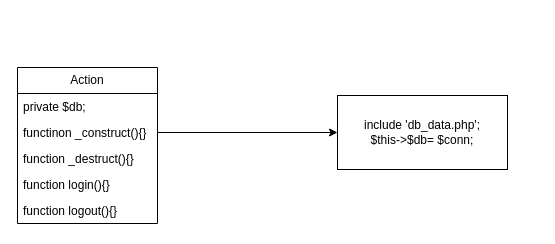
Before: ducuments/UML PAYROLL SYS.drawio in ManCoders/puericulture-man, a draw.io diagram. Source tidied: cells renumbered, new cells numbered last; positions are measured from the earlier drawing's top-left corner, leaving out a move shared by most shapes. Both pictures are drawn from the tidied source at 100%, with x=0, y=0 at pixel (17, 67).
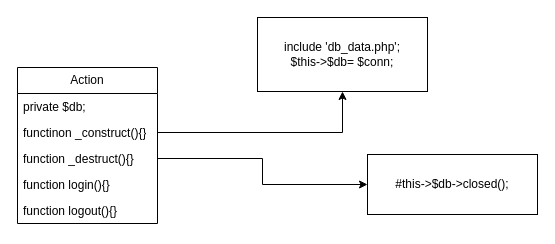
The same page after the edit.

The edit, as a diff of the source:
```diff
@@
 <mxGraphModel>
   <root>
     <mxCell id="0" />
     <mxCell id="1" parent="0" />
     <mxCell id="2" value="Action" style="swimlane;fontStyle=0;horizontal=1;startSize=26;fillColor=none;whiteSpace=wrap;html=1;" parent="1" vertex="1">
       <mxGeometry width="140" height="156" as="geometry" />
     </mxCell>
     <mxCell id="3" value="private $db;" style="text;strokeColor=none;fillColor=none;align=left;verticalAlign=top;spacingLeft=4;spacingRight=4;overflow=hidden;whiteSpace=wrap;html=1;" parent="2" vertex="1">
       <mxGeometry y="26" width="140" height="26" as="geometry" />
     </mxCell>
     <mxCell id="4" value="functinon _construct(){}" style="text;strokeColor=none;fillColor=none;align=left;verticalAlign=top;spacingLeft=4;spacingRight=4;overflow=hidden;points=[[0,0.5],[1,0.5]];portConstraint=eastwest;whiteSpace=wrap;html=1;" parent="2" vertex="1">
       <mxGeometry y="52" width="140" height="26" as="geometry" />
     </mxCell>
     <mxCell id="5" value="function _destruct(){}" style="text;strokeColor=none;fillColor=none;align=left;verticalAlign=top;spacingLeft=4;spacingRight=4;overflow=hidden;points=[[0,0.5],[1,0.5]];portConstraint=eastwest;whiteSpace=wrap;html=1;" parent="2" vertex="1">
       <mxGeometry y="78" width="140" height="26" as="geometry" />
     </mxCell>
     <mxCell id="6" value="function login(){}" style="text;strokeColor=none;fillColor=none;align=left;verticalAlign=top;spacingLeft=4;spacingRight=4;overflow=hidden;whiteSpace=wrap;html=1;" parent="2" vertex="1">
       <mxGeometry y="104" width="140" height="26" as="geometry" />
     </mxCell>
     <mxCell id="7" value="function logout(){}" style="text;strokeColor=none;fillColor=none;align=left;verticalAlign=top;spacingLeft=4;spacingRight=4;overflow=hidden;whiteSpace=wrap;html=1;" parent="2" vertex="1">
       <mxGeometry y="130" width="140" height="26" as="geometry" />
     </mxCell>
     <mxCell id="8" value="include 'db_data.php';&lt;div&gt;$this-&amp;gt;$db= $conn;&lt;/div&gt;" style="whiteSpace=wrap;html=1;" parent="1" vertex="1">
-      <mxGeometry x="320" y="28" width="170" height="74" as="geometry" />
+      <mxGeometry x="240" y="-50" width="170" height="74" as="geometry" />
     </mxCell>
     <mxCell id="9" style="edgeStyle=orthogonalEdgeStyle;rounded=0;jettySize=auto;html=1;" parent="1" edge="1" source="4" target="8">
       <mxGeometry relative="1" as="geometry" />
     </mxCell>
+    <mxCell id="10" value="#this-&amp;gt;$db-&amp;gt;closed();" style="whiteSpace=wrap;html=1;" parent="1" vertex="1">
+      <mxGeometry x="350" y="87" width="170" height="60" as="geometry" />
+    </mxCell>
+    <mxCell id="11" style="edgeStyle=orthogonalEdgeStyle;rounded=0;jettySize=auto;html=1;" parent="1" edge="1" source="5" target="10">
+      <mxGeometry relative="1" as="geometry" />
+    </mxCell>
   </root>
 </mxGraphModel>
```
